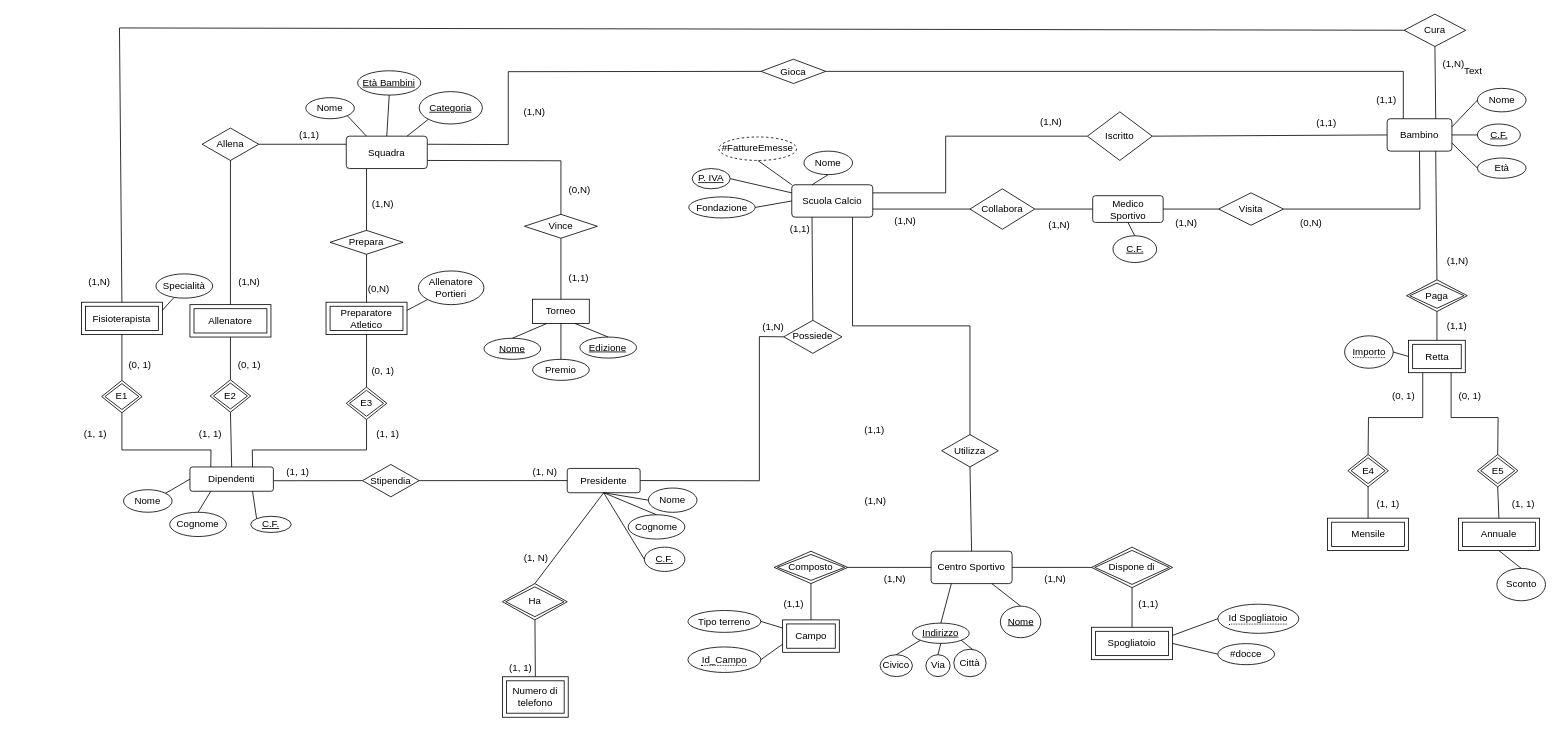
Before: modelli/EER-RISTRUTTURATO.drawio in YantCaccia/Progetto-Basi-di-Dati, a draw.io diagram. Source tidied: cells renumbered, new cells numbered last; positions are measured from the earlier drawing's top-left corner, leaving out a move shared by most shapes. Both pictures are drawn from the tidied source at 81%, with x=0, y=0 at pixel (79, 14).
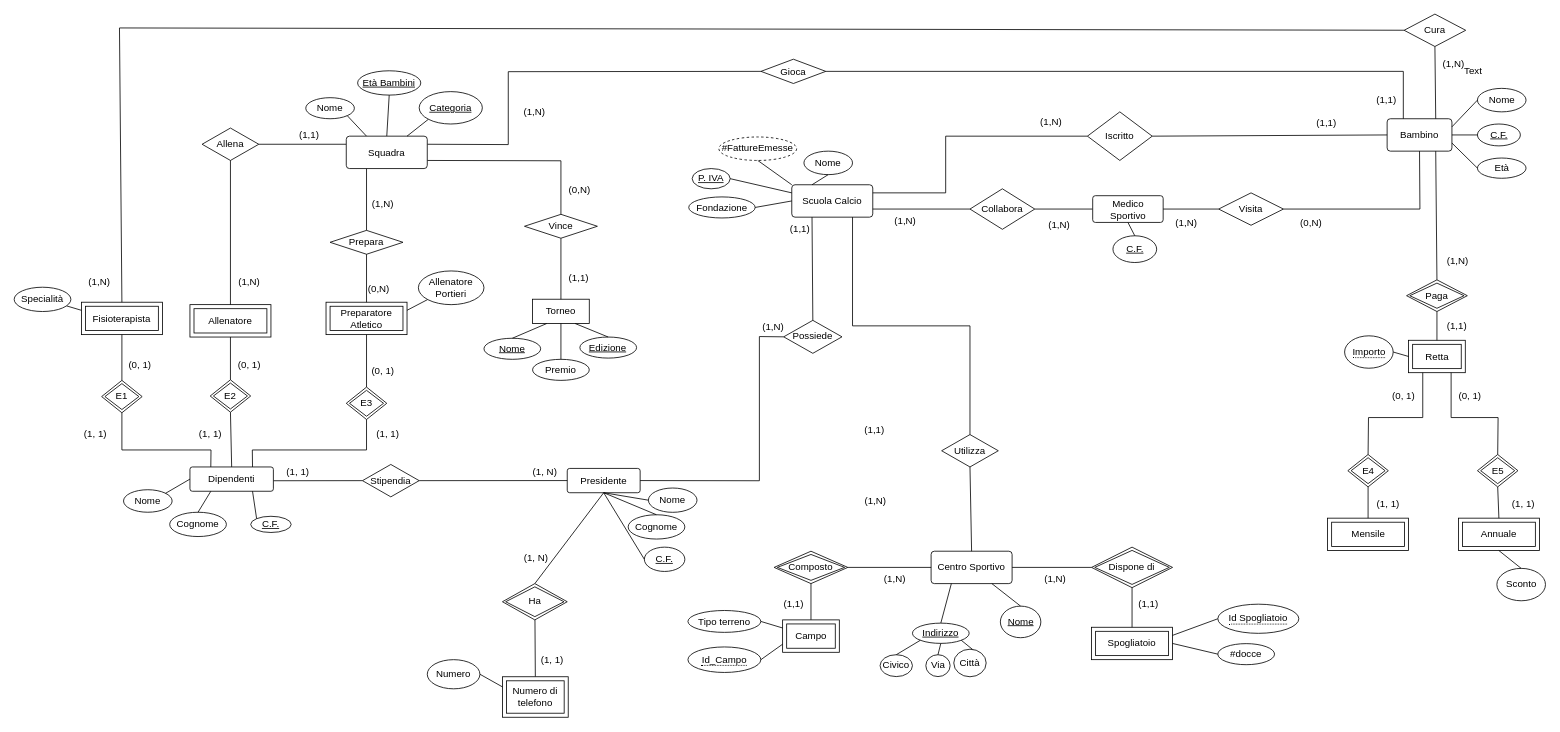
After the change.

The change refers to these unchanged cells:
```xml
<mxCell id="151" value="Fisioterapista" style="shape=ext;margin=3;double=1;whiteSpace=wrap;html=1;align=center;fillColor=none;gradientColor=none;" parent="1" vertex="1">
  <mxGeometry x="3" y="355.6" width="100" height="40" as="geometry" />
</mxCell>
<mxCell id="183" value="Numero di telefono" style="shape=ext;margin=3;double=1;whiteSpace=wrap;html=1;align=center;" parent="1" vertex="1">
  <mxGeometry x="522.8" y="818" width="81.2" height="50" as="geometry" />
</mxCell>
```

Change to the diagram source:
```diff
@@
-    <mxCell id="171" style="endArrow=none;html=1;rounded=0;exitX=1;exitY=0.25;exitDx=0;exitDy=0;" parent="1" edge="1" source="151" target="172">
+    <mxCell id="171" style="endArrow=none;html=1;rounded=0;exitX=0;exitY=0.25;exitDx=0;exitDy=0;" parent="1" edge="1" source="151" target="172">
       <mxGeometry relative="1" as="geometry" />
     </mxCell>
     <mxCell id="172" value="Specialità" style="ellipse;whiteSpace=wrap;html=1;align=center;" parent="1" vertex="1">
-      <mxGeometry x="95" y="320.6" width="70" height="30" as="geometry" />
+      <mxGeometry x="-80" y="337.1" width="70" height="30" as="geometry" />
     </mxCell>
@@
     <mxCell id="185" value="(1, 1)" style="text;html=1;align=center;verticalAlign=middle;" parent="1" vertex="1">
-      <mxGeometry x="525" y="797" width="40" height="20" as="geometry" />
+      <mxGeometry x="564" y="787" width="40" height="20" as="geometry" />
     </mxCell>
+    <mxCell id="186" style="endArrow=none;html=1;rounded=0;entryX=0;entryY=0.25;entryDx=0;entryDy=0;exitX=1;exitY=0.5;exitDx=0;exitDy=0;" parent="1" edge="1" source="187" target="183">
+      <mxGeometry relative="1" as="geometry" />
+    </mxCell>
+    <mxCell id="187" value="Numero" style="ellipse;whiteSpace=wrap;html=1;align=center;" parent="1" vertex="1">
+      <mxGeometry x="430" y="796.9" width="65" height="36" as="geometry" />
+    </mxCell>
```
